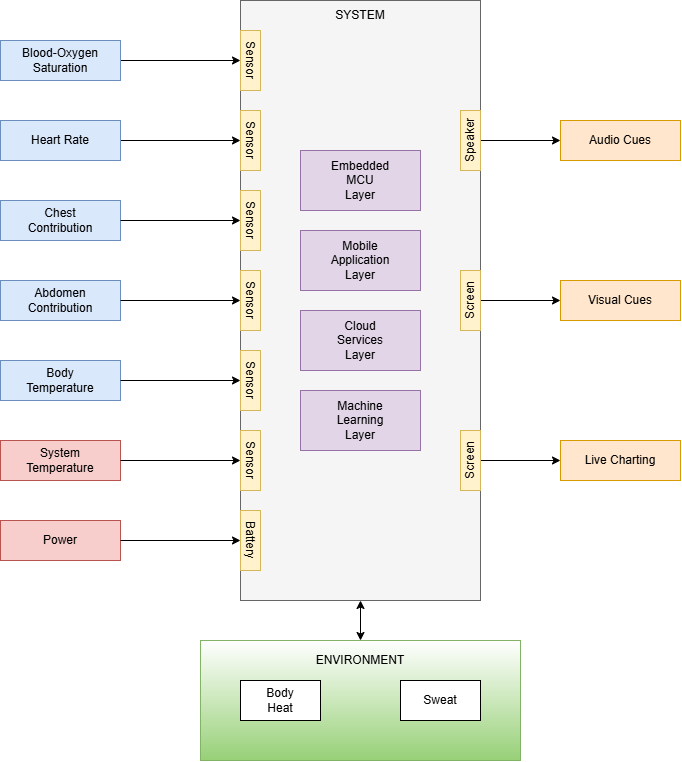
Before: system-architecture/assets/black-box.png, a diagram exported from draw.io (ARRR-Coen-Elec-490/docs). Source tidied: cells renumbered, new cells last; positions are measured from the earlier drawing's top-left corner, leaving out a move shared by most shapes.
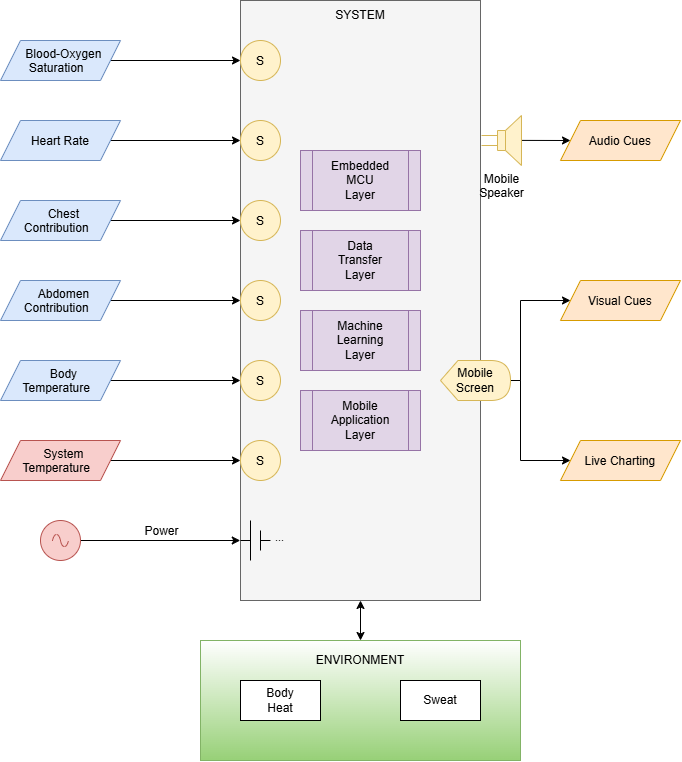
After the change.

Commit message:
Black Box Architecture Updates

Change to the diagram source:
```diff
@@ -8,105 +8,59 @@
     <mxCell id="3" style="rounded=0;whiteSpace=wrap;html=1;fillColor=#f5f5f5;fontColor=#333333;strokeColor=#666666;" parent="1" vertex="1">
       <mxGeometry x="240" width="240" height="600" as="geometry" />
     </mxCell>
-    <mxCell id="4" value="Power" style="rounded=0;whiteSpace=wrap;html=1;fillColor=#f8cecc;strokeColor=#b85450;" parent="1" vertex="1">
-      <mxGeometry y="520" width="120" height="40" as="geometry" />
-    </mxCell>
-    <mxCell id="5" style="endArrow=classic;html=1;rounded=0;exitX=1;exitY=0.5;exitDx=0;exitDy=0;entryX=0.5;entryY=1;entryDx=0;entryDy=0;" parent="1" edge="1" source="12" target="20">
+    <mxCell id="5" style="endArrow=classic;html=1;rounded=0;entryX=0;entryY=0.5;entryDx=0;entryDy=0;exitX=1;exitY=0.5;exitDx=0;exitDy=0;" parent="1" edge="1" source="12" target="53">
       <mxGeometry relative="1" as="geometry" />
     </mxCell>
-    <mxCell id="6" style="endArrow=classic;html=1;rounded=0;exitX=1;exitY=0.5;exitDx=0;exitDy=0;entryX=0.5;entryY=1;entryDx=0;entryDy=0;" parent="1" edge="1" source="7" target="21">
+    <mxCell id="6" style="endArrow=classic;html=1;rounded=0;exitX=1;exitY=0.5;exitDx=0;exitDy=0;entryX=0;entryY=0.5;entryDx=0;entryDy=0;" parent="1" edge="1" source="7" target="54">
       <mxGeometry relative="1" as="geometry" />
     </mxCell>
-    <mxCell id="7" value="Heart Rate" style="rounded=0;whiteSpace=wrap;html=1;fillColor=#dae8fc;strokeColor=#6c8ebf;" parent="1" vertex="1">
-      <mxGeometry y="120" width="120" height="40" as="geometry" />
-    </mxCell>
-    <mxCell id="8" value="Visual Cues" style="rounded=0;whiteSpace=wrap;html=1;fillColor=#ffe6cc;strokeColor=#d79b00;" parent="1" vertex="1">
-      <mxGeometry x="560" y="280" width="120" height="40" as="geometry" />
-    </mxCell>
-    <mxCell id="9" value="Audio Cues" style="rounded=0;whiteSpace=wrap;html=1;fillColor=#ffe6cc;strokeColor=#d79b00;" parent="1" vertex="1">
-      <mxGeometry x="560" y="120" width="120" height="40" as="geometry" />
-    </mxCell>
-    <mxCell id="10" value="Abdomen&lt;div&gt;Contribution&lt;/div&gt;" style="rounded=0;whiteSpace=wrap;html=1;fillColor=#dae8fc;strokeColor=#6c8ebf;" parent="1" vertex="1">
-      <mxGeometry y="280" width="120" height="40" as="geometry" />
-    </mxCell>
-    <mxCell id="11" value="Chest&lt;div&gt;Contribution&lt;/div&gt;" style="rounded=0;whiteSpace=wrap;html=1;fillColor=#dae8fc;strokeColor=#6c8ebf;" parent="1" vertex="1">
-      <mxGeometry y="200" width="120" height="40" as="geometry" />
-    </mxCell>
-    <mxCell id="12" value="Blood-Oxygen&lt;div&gt;Saturation&lt;/div&gt;" style="rounded=0;whiteSpace=wrap;html=1;fillColor=#dae8fc;strokeColor=#6c8ebf;" parent="1" vertex="1">
-      <mxGeometry y="40" width="120" height="40" as="geometry" />
-    </mxCell>
-    <mxCell id="13" style="endArrow=classic;html=1;rounded=0;exitX=1;exitY=0.5;exitDx=0;exitDy=0;entryX=0.5;entryY=1;entryDx=0;entryDy=0;" parent="1" edge="1" source="11" target="23">
+    <mxCell id="13" style="endArrow=classic;html=1;rounded=0;exitX=1;exitY=0.5;exitDx=0;exitDy=0;entryX=0;entryY=0.5;entryDx=0;entryDy=0;" parent="1" edge="1" source="11" target="55">
       <mxGeometry relative="1" as="geometry" />
     </mxCell>
-    <mxCell id="14" style="endArrow=classic;html=1;rounded=0;exitX=1;exitY=0.5;exitDx=0;exitDy=0;entryX=0.5;entryY=1;entryDx=0;entryDy=0;" parent="1" edge="1" source="10" target="22">
+    <mxCell id="14" style="endArrow=classic;html=1;rounded=0;exitX=1;exitY=0.5;exitDx=0;exitDy=0;entryX=0;entryY=0.5;entryDx=0;entryDy=0;" parent="1" edge="1" source="10" target="56">
       <mxGeometry relative="1" as="geometry" />
     </mxCell>
-    <mxCell id="15" style="endArrow=classic;html=1;rounded=0;entryX=0;entryY=0.5;entryDx=0;entryDy=0;exitX=0.5;exitY=1;exitDx=0;exitDy=0;" parent="1" edge="1" source="18" target="9">
+    <mxCell id="15" style="endArrow=classic;html=1;rounded=0;entryX=0;entryY=0.5;entryDx=0;entryDy=0;exitX=0.999;exitY=0.498;exitDx=0;exitDy=0;exitPerimeter=0;" parent="1" edge="1" source="51" target="9">
       <mxGeometry relative="1" as="geometry" />
     </mxCell>
-    <mxCell id="16" style="endArrow=classic;html=1;rounded=0;entryX=0;entryY=0.5;entryDx=0;entryDy=0;exitX=0.5;exitY=1;exitDx=0;exitDy=0;" parent="1" edge="1" source="19" target="8">
-      <mxGeometry relative="1" as="geometry" />
+    <mxCell id="16" style="endArrow=classic;html=1;rounded=0;entryX=0;entryY=0.5;entryDx=0;entryDy=0;exitX=1;exitY=0.5;exitDx=0;exitDy=0;exitPerimeter=0;" parent="1" edge="1" source="52" target="8">
+      <mxGeometry relative="1" as="geometry">
+        <Array as="points">
+          <mxPoint x="520" y="380" />
+          <mxPoint x="520" y="300" />
+        </Array>
+      </mxGeometry>
     </mxCell>
     <mxCell id="17" value="ENVIRONMENT" style="text;html=1;whiteSpace=wrap;strokeColor=none;fillColor=none;align=center;verticalAlign=middle;rounded=0;" parent="1" vertex="1">
       <mxGeometry x="240" y="640" width="240" height="40" as="geometry" />
     </mxCell>
-    <mxCell id="18" value="Speaker" style="rounded=0;whiteSpace=wrap;html=1;fillColor=#fff2cc;strokeColor=#d6b656;rotation=-90;" parent="1" vertex="1">
-      <mxGeometry x="440" y="130" width="60" height="20" as="geometry" />
-    </mxCell>
-    <mxCell id="19" value="Screen" style="rounded=0;whiteSpace=wrap;html=1;fillColor=#fff2cc;strokeColor=#d6b656;rotation=-90;" parent="1" vertex="1">
-      <mxGeometry x="440" y="290" width="60" height="20" as="geometry" />
-    </mxCell>
-    <mxCell id="20" value="Sensor" style="rounded=0;whiteSpace=wrap;html=1;fillColor=#fff2cc;strokeColor=#d6b656;rotation=90;" parent="1" vertex="1">
-      <mxGeometry x="220" y="50" width="60" height="20" as="geometry" />
-    </mxCell>
-    <mxCell id="21" value="Sensor" style="rounded=0;whiteSpace=wrap;html=1;fillColor=#fff2cc;strokeColor=#d6b656;rotation=90;" parent="1" vertex="1">
-      <mxGeometry x="220" y="130" width="60" height="20" as="geometry" />
-    </mxCell>
-    <mxCell id="22" value="Sensor" style="rounded=0;whiteSpace=wrap;html=1;fillColor=#fff2cc;strokeColor=#d6b656;rotation=90;" parent="1" vertex="1">
-      <mxGeometry x="220" y="290" width="60" height="20" as="geometry" />
-    </mxCell>
-    <mxCell id="23" value="Sensor" style="rounded=0;whiteSpace=wrap;html=1;fillColor=#fff2cc;strokeColor=#d6b656;rotation=90;" parent="1" vertex="1">
-      <mxGeometry x="220" y="210" width="60" height="20" as="geometry" />
-    </mxCell>
-    <mxCell id="24" value="Battery" style="rounded=0;whiteSpace=wrap;html=1;fillColor=#fff2cc;strokeColor=#d6b656;rotation=90;" parent="1" vertex="1">
-      <mxGeometry x="220" y="530" width="60" height="20" as="geometry" />
-    </mxCell>
     <mxCell id="25" value="SYSTEM" style="text;html=1;whiteSpace=wrap;strokeColor=none;fillColor=none;align=center;verticalAlign=middle;rounded=0;" parent="1" vertex="1">
       <mxGeometry x="240" width="240" height="30" as="geometry" />
     </mxCell>
-    <mxCell id="26" value="Embedded&lt;div&gt;MCU&lt;/div&gt;&lt;div&gt;Layer&lt;/div&gt;" style="rounded=0;whiteSpace=wrap;html=1;fillColor=#e1d5e7;strokeColor=#9673a6;" parent="1" vertex="1">
-      <mxGeometry x="300" y="150" width="120" height="60" as="geometry" />
-    </mxCell>
-    <mxCell id="27" style="endArrow=classic;html=1;rounded=0;defaultLabelBackgroundColor=page;exitX=1;exitY=0.5;exitDx=0;exitDy=0;entryX=0.5;entryY=1;entryDx=0;entryDy=0;" parent="1" edge="1" source="4" target="24">
+    <mxCell id="27" style="endArrow=classic;html=1;rounded=0;defaultLabelBackgroundColor=page;exitX=1;exitY=0.5;exitDx=0;exitDy=0;entryX=-0.001;entryY=0.9;entryDx=0;entryDy=0;entryPerimeter=0;exitPerimeter=0;" parent="1" edge="1" source="50" target="3">
       <mxGeometry relative="1" as="geometry" />
     </mxCell>
-    <mxCell id="28" value="System&lt;div&gt;Temperature&lt;/div&gt;" style="rounded=0;whiteSpace=wrap;html=1;fillColor=#f8cecc;strokeColor=#b85450;" parent="1" vertex="1">
-      <mxGeometry y="440" width="120" height="40" as="geometry" />
-    </mxCell>
-    <mxCell id="29" value="Body&lt;div&gt;Temperature&lt;/div&gt;" style="rounded=0;whiteSpace=wrap;html=1;fillColor=#dae8fc;strokeColor=#6c8ebf;" parent="1" vertex="1">
-      <mxGeometry y="360" width="120" height="40" as="geometry" />
-    </mxCell>
+    <mxCell id="4" value="&lt;font style=&quot;font-size: 12px;&quot;&gt;Power&lt;/font&gt;" style="edgeLabel;html=1;align=center;verticalAlign=middle;points=[];inheritText=1;defaultLabelBackgroundColor=page;" parent="27" vertex="1">
+      <mxGeometry x="-0.01" y="1" relative="1" as="geometry">
+        <mxPoint x="1" y="-9" as="offset" />
+      </mxGeometry>
+    </mxCell>
-    <mxCell id="30" style="endArrow=classic;html=1;rounded=0;defaultLabelBackgroundColor=page;entryX=0.5;entryY=1;entryDx=0;entryDy=0;exitX=1;exitY=0.5;exitDx=0;exitDy=0;" parent="1" edge="1" source="28" target="32">
+    <mxCell id="30" style="endArrow=classic;html=1;rounded=0;defaultLabelBackgroundColor=page;entryX=0;entryY=0.5;entryDx=0;entryDy=0;exitX=1;exitY=0.5;exitDx=0;exitDy=0;" parent="1" edge="1" source="28" target="58">
       <mxGeometry relative="1" as="geometry" />
     </mxCell>
-    <mxCell id="31" value="Sensor" style="rounded=0;whiteSpace=wrap;html=1;fillColor=#fff2cc;strokeColor=#d6b656;rotation=90;" parent="1" vertex="1">
-      <mxGeometry x="220" y="370" width="60" height="20" as="geometry" />
-    </mxCell>
-    <mxCell id="32" value="Sensor" style="rounded=0;whiteSpace=wrap;html=1;fillColor=#fff2cc;strokeColor=#d6b656;rotation=90;" parent="1" vertex="1">
-      <mxGeometry x="220" y="450" width="60" height="20" as="geometry" />
-    </mxCell>
-    <mxCell id="33" style="endArrow=classic;html=1;rounded=0;defaultLabelBackgroundColor=page;entryX=0.5;entryY=1;entryDx=0;entryDy=0;exitX=1;exitY=0.5;exitDx=0;exitDy=0;" parent="1" edge="1" source="29" target="31">
-      <mxGeometry relative="1" as="geometry" />
+    <mxCell id="33" style="endArrow=classic;html=1;rounded=0;defaultLabelBackgroundColor=page;entryX=0.5;entryY=1;entryDx=0;entryDy=0;exitX=1;exitY=0.5;exitDx=0;exitDy=0;" parent="1" edge="1" source="29">
+      <mxGeometry relative="1" as="geometry">
+        <mxPoint x="240" y="380" as="targetPoint" />
+      </mxGeometry>
     </mxCell>
-    <mxCell id="34" value="Live Charting" style="rounded=0;whiteSpace=wrap;html=1;fillColor=#ffe6cc;strokeColor=#d79b00;" parent="1" vertex="1">
-      <mxGeometry x="560" y="440" width="120" height="40" as="geometry" />
-    </mxCell>
-    <mxCell id="35" style="endArrow=classic;html=1;rounded=0;entryX=0;entryY=0.5;entryDx=0;entryDy=0;exitX=0.5;exitY=1;exitDx=0;exitDy=0;" parent="1" edge="1" source="36" target="34">
-      <mxGeometry relative="1" as="geometry" />
+    <mxCell id="35" style="endArrow=classic;html=1;rounded=0;entryX=0;entryY=0.5;entryDx=0;entryDy=0;exitX=1;exitY=0.5;exitDx=0;exitDy=0;exitPerimeter=0;" parent="1" edge="1" source="52" target="34">
+      <mxGeometry relative="1" as="geometry">
+        <Array as="points">
+          <mxPoint x="520" y="380" />
+          <mxPoint x="520" y="460" />
+        </Array>
+      </mxGeometry>
     </mxCell>
-    <mxCell id="36" value="Screen" style="rounded=0;whiteSpace=wrap;html=1;fillColor=#fff2cc;strokeColor=#d6b656;rotation=-90;" parent="1" vertex="1">
-      <mxGeometry x="440" y="450" width="60" height="20" as="geometry" />
-    </mxCell>
     <mxCell id="37" value="Body&lt;div&gt;Heat&lt;/div&gt;" style="rounded=0;whiteSpace=wrap;html=1;" parent="1" vertex="1">
       <mxGeometry x="240" y="680" width="80" height="40" as="geometry" />
     </mxCell>
@@ -116,14 +70,103 @@
     <mxCell id="39" style="endArrow=classic;startArrow=classic;html=1;rounded=0;defaultLabelBackgroundColor=page;entryX=0.5;entryY=1;entryDx=0;entryDy=0;exitX=0.5;exitY=0;exitDx=0;exitDy=0;" parent="1" edge="1" source="17" target="3">
       <mxGeometry relative="1" as="geometry" />
     </mxCell>
+    <mxCell id="12" value="Blood-Oxygen&lt;div&gt;Saturation&lt;/div&gt;" style="shape=parallelogram;perimeter=parallelogramPerimeter;whiteSpace=wrap;html=1;shapeInside=1;fixedSize=1;fillColor=#dae8fc;strokeColor=#6c8ebf;" parent="1" vertex="1">
+      <mxGeometry y="40" width="120" height="40" as="geometry" />
+    </mxCell>
+    <mxCell id="7" value="Heart Rate" style="shape=parallelogram;perimeter=parallelogramPerimeter;whiteSpace=wrap;html=1;shapeInside=1;fixedSize=1;fillColor=#dae8fc;strokeColor=#6c8ebf;" parent="1" vertex="1">
+      <mxGeometry y="120" width="120" height="40" as="geometry" />
+    </mxCell>
+    <mxCell id="11" value="Chest&lt;div&gt;Contribution&lt;/div&gt;" style="shape=parallelogram;perimeter=parallelogramPerimeter;whiteSpace=wrap;html=1;shapeInside=1;fixedSize=1;fillColor=#dae8fc;strokeColor=#6c8ebf;" parent="1" vertex="1">
+      <mxGeometry y="200" width="120" height="40" as="geometry" />
+    </mxCell>
+    <mxCell id="10" value="Abdomen&lt;div&gt;Contribution&lt;/div&gt;" style="shape=parallelogram;perimeter=parallelogramPerimeter;whiteSpace=wrap;html=1;shapeInside=1;fixedSize=1;fillColor=#dae8fc;strokeColor=#6c8ebf;" parent="1" vertex="1">
+      <mxGeometry y="280" width="120" height="40" as="geometry" />
+    </mxCell>
+    <mxCell id="29" value="Body&lt;div&gt;Temperature&lt;/div&gt;" style="shape=parallelogram;perimeter=parallelogramPerimeter;whiteSpace=wrap;html=1;shapeInside=1;fixedSize=1;fillColor=#dae8fc;strokeColor=#6c8ebf;" parent="1" vertex="1">
+      <mxGeometry y="360" width="120" height="40" as="geometry" />
+    </mxCell>
+    <mxCell id="28" value="System&lt;div&gt;Temperature&lt;/div&gt;" style="shape=parallelogram;perimeter=parallelogramPerimeter;whiteSpace=wrap;html=1;shapeInside=1;fixedSize=1;fillColor=#f8cecc;strokeColor=#b85450;" parent="1" vertex="1">
+      <mxGeometry y="440" width="120" height="40" as="geometry" />
+    </mxCell>
+    <mxCell id="9" value="Audio Cues" style="shape=parallelogram;perimeter=parallelogramPerimeter;whiteSpace=wrap;html=1;shapeInside=1;fixedSize=1;fillColor=#ffe6cc;strokeColor=#d79b00;" parent="1" vertex="1">
+      <mxGeometry x="560" y="120" width="120" height="40" as="geometry" />
+    </mxCell>
+    <mxCell id="8" value="Visual Cues" style="shape=parallelogram;perimeter=parallelogramPerimeter;whiteSpace=wrap;html=1;shapeInside=1;fixedSize=1;fillColor=#ffe6cc;strokeColor=#d79b00;" parent="1" vertex="1">
+      <mxGeometry x="560" y="280" width="120" height="40" as="geometry" />
+    </mxCell>
+    <mxCell id="34" value="Live Charting" style="shape=parallelogram;perimeter=parallelogramPerimeter;whiteSpace=wrap;html=1;shapeInside=1;fixedSize=1;fillColor=#ffe6cc;strokeColor=#d79b00;" parent="1" vertex="1">
+      <mxGeometry x="560" y="440" width="120" height="40" as="geometry" />
+    </mxCell>
+    <mxCell id="26" value="Embedded&lt;div&gt;MCU&lt;/div&gt;&lt;div&gt;Layer&lt;/div&gt;" style="shape=process;whiteSpace=wrap;html=1;backgroundOutline=1;fillColor=#e1d5e7;strokeColor=#9673a6;" parent="1" vertex="1">
+      <mxGeometry x="300" y="150" width="120" height="60" as="geometry" />
+    </mxCell>
+    <mxCell id="43" value="Data&lt;div&gt;Transfer&lt;div&gt;Layer&lt;/div&gt;&lt;/div&gt;" style="shape=process;whiteSpace=wrap;html=1;backgroundOutline=1;fillColor=#e1d5e7;strokeColor=#9673a6;" parent="1" vertex="1">
+      <mxGeometry x="300" y="230" width="120" height="60" as="geometry" />
+    </mxCell>
+    <mxCell id="42" value="Machine&lt;div&gt;Learning&lt;/div&gt;&lt;div&gt;Layer&lt;/div&gt;" style="shape=process;whiteSpace=wrap;html=1;backgroundOutline=1;fillColor=#e1d5e7;strokeColor=#9673a6;" parent="1" vertex="1">
+      <mxGeometry x="300" y="310" width="120" height="60" as="geometry" />
+    </mxCell>
-    <mxCell id="40" value="Mobile&lt;div&gt;Application&lt;br&gt;&lt;div&gt;Layer&lt;/div&gt;&lt;/div&gt;" style="rounded=0;whiteSpace=wrap;html=1;fillColor=#e1d5e7;strokeColor=#9673a6;" parent="1" vertex="1">
-      <mxGeometry x="300" y="230" width="120" height="60" as="geometry" />
+    <mxCell id="40" value="Mobile Application&lt;div&gt;Layer&lt;/div&gt;" style="shape=process;whiteSpace=wrap;html=1;backgroundOutline=1;fillColor=#e1d5e7;strokeColor=#9673a6;" parent="1" vertex="1">
+      <mxGeometry x="300" y="390" width="120" height="60" as="geometry" />
     </mxCell>
-    <mxCell id="41" value="&lt;div&gt;Cloud&lt;/div&gt;&lt;div&gt;Services&lt;br&gt;&lt;div&gt;Layer&lt;/div&gt;&lt;/div&gt;" style="rounded=0;whiteSpace=wrap;html=1;fillColor=#e1d5e7;strokeColor=#9673a6;" parent="1" vertex="1">
-      <mxGeometry x="300" y="310" width="120" height="60" as="geometry" />
-    </mxCell>
-    <mxCell id="42" value="&lt;div&gt;Machine&lt;/div&gt;&lt;div&gt;Learning&lt;/div&gt;&lt;div&gt;&lt;div&gt;Layer&lt;/div&gt;&lt;/div&gt;" style="rounded=0;whiteSpace=wrap;html=1;fillColor=#e1d5e7;strokeColor=#9673a6;" parent="1" vertex="1">
-      <mxGeometry x="300" y="390" width="120" height="60" as="geometry" />
-    </mxCell>
+    <mxCell id="44" style="group;" parent="1" vertex="1">
+      <mxGeometry x="240" y="520" width="30" height="40" as="geometry" />
+    </mxCell>
+    <mxCell id="45" style="endArrow=none;html=1;rounded=0;defaultLabelBackgroundColor=page;labelPadding=0 4;" parent="44" edge="1">
+      <mxGeometry relative="1" as="geometry">
+        <mxPoint x="10" y="20" as="sourcePoint" />
+        <mxPoint y="20" as="targetPoint" />
+      </mxGeometry>
+    </mxCell>
+    <mxCell id="46" style="endArrow=none;html=1;rounded=0;defaultLabelBackgroundColor=page;labelPadding=0 4;" parent="44" edge="1">
+      <mxGeometry relative="1" as="geometry">
+        <mxPoint x="10" as="sourcePoint" />
+        <mxPoint x="10" y="40" as="targetPoint" />
+      </mxGeometry>
+    </mxCell>
+    <mxCell id="47" style="endArrow=none;html=1;rounded=0;defaultLabelBackgroundColor=page;labelPadding=0 4;" parent="44" edge="1">
+      <mxGeometry relative="1" as="geometry">
+        <mxPoint x="20" y="30" as="sourcePoint" />
+        <mxPoint x="20" y="10" as="targetPoint" />
+      </mxGeometry>
+    </mxCell>
+    <mxCell id="48" style="endArrow=none;html=1;rounded=0;defaultLabelBackgroundColor=page;labelPadding=0 4;" parent="44" edge="1">
+      <mxGeometry relative="1" as="geometry">
+        <mxPoint x="30" y="20" as="sourcePoint" />
+        <mxPoint x="20" y="20" as="targetPoint" />
+      </mxGeometry>
+    </mxCell>
+    <mxCell id="49" value="..." style="edgeLabel;html=1;align=center;verticalAlign=middle;inheritText=1;defaultLabelBackgroundColor=page;labelPadding=0 4;" parent="48" vertex="1">
+      <mxGeometry x="-0.84" relative="1" as="geometry">
+        <mxPoint x="9" y="-4" as="offset" />
+      </mxGeometry>
+    </mxCell>
+    <mxCell id="50" style="verticalLabelPosition=bottom;shadow=0;dashed=0;align=center;html=1;verticalAlign=top;shape=mxgraph.electrical.signal_sources.source;points=[[0.5,0,0],[1,0.5,0],[0.5,1,0],[0,0.5,0]];elSignalType=ac;labelPerimeter=1;fillColor=#f8cecc;strokeColor=#b85450;" parent="1" vertex="1">
+      <mxGeometry x="40" y="520" width="40" height="40" as="geometry" />
+    </mxCell>
+    <mxCell id="51" value="Mobile&lt;div&gt;Speaker&lt;/div&gt;" style="verticalLabelPosition=bottom;shadow=0;dashed=0;align=center;html=1;verticalAlign=top;shape=mxgraph.electrical.electro-mechanical.loudspeaker;labelPerimeter=1;fillColor=#fff2cc;strokeColor=#d6b656;" parent="1" vertex="1">
+      <mxGeometry x="481" y="115" width="40" height="50" as="geometry" />
+    </mxCell>
+    <mxCell id="52" value="&lt;div&gt;Mobile&lt;/div&gt;Screen" style="shape=display;whiteSpace=wrap;html=1;fillColor=#fff2cc;strokeColor=#d6b656;" parent="1" vertex="1">
+      <mxGeometry x="440" y="360" width="70" height="40" as="geometry" />
+    </mxCell>
+    <mxCell id="53" value="S" style="ellipse;whiteSpace=wrap;html=1;shapeInside=1;fillColor=#fff2cc;strokeColor=#d6b656;" parent="1" vertex="1">
+      <mxGeometry x="240" y="40" width="40" height="40" as="geometry" />
+    </mxCell>
+    <mxCell id="54" value="S" style="ellipse;whiteSpace=wrap;html=1;shapeInside=1;fillColor=#fff2cc;strokeColor=#d6b656;" parent="1" vertex="1">
+      <mxGeometry x="240" y="120" width="40" height="40" as="geometry" />
+    </mxCell>
+    <mxCell id="55" value="S" style="ellipse;whiteSpace=wrap;html=1;shapeInside=1;fillColor=#fff2cc;strokeColor=#d6b656;" parent="1" vertex="1">
+      <mxGeometry x="240" y="200" width="40" height="40" as="geometry" />
+    </mxCell>
+    <mxCell id="56" value="S" style="ellipse;whiteSpace=wrap;html=1;shapeInside=1;fillColor=#fff2cc;strokeColor=#d6b656;" parent="1" vertex="1">
+      <mxGeometry x="240" y="280" width="40" height="40" as="geometry" />
+    </mxCell>
+    <mxCell id="57" value="S" style="ellipse;whiteSpace=wrap;html=1;shapeInside=1;fillColor=#fff2cc;strokeColor=#d6b656;" parent="1" vertex="1">
+      <mxGeometry x="240" y="360" width="40" height="40" as="geometry" />
+    </mxCell>
+    <mxCell id="58" value="S" style="ellipse;whiteSpace=wrap;html=1;shapeInside=1;fillColor=#fff2cc;strokeColor=#d6b656;" parent="1" vertex="1">
+      <mxGeometry x="240" y="440" width="40" height="40" as="geometry" />
+    </mxCell>
   </root>
 </mxGraphModel>
```
